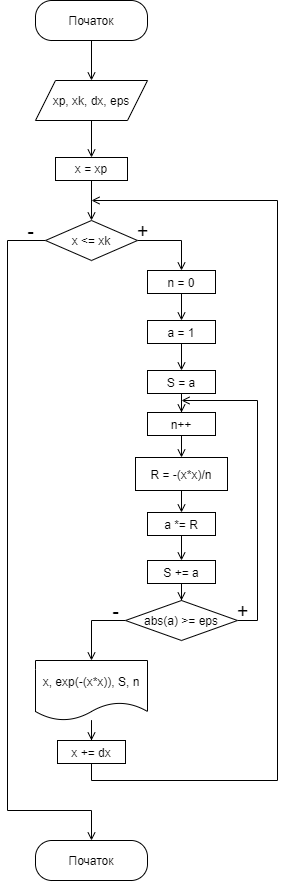
Above: diagram.png in fhctyw/Lab4.7 (draw.io), before the change. Source tidied: cells renumbered, new cells last; positions are measured from the earlier drawing's top-left corner, leaving out a move shared by most shapes.
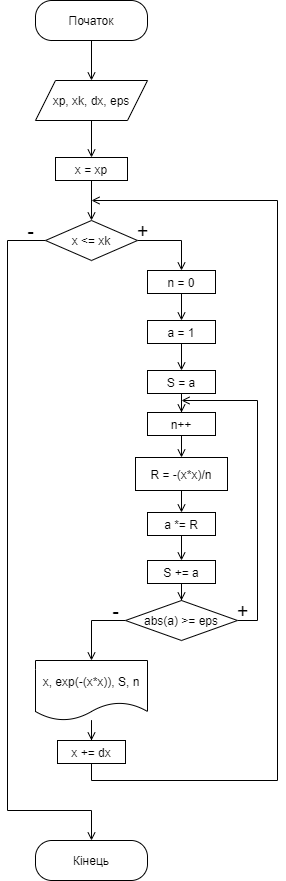
After the change.

Commit message:
and another another one

Diff of the diagram source:
```diff
@@ -35,7 +35,7 @@
     <mxCell id="10" value="x &amp;lt;= xk" style="rhombus;whiteSpace=wrap;html=1;" parent="1" vertex="1">
       <mxGeometry x="38" y="220" width="92" height="40" as="geometry" />
     </mxCell>
-    <mxCell id="11" value="Початок" style="rounded=1;whiteSpace=wrap;html=1;arcSize=41;" parent="1" vertex="1">
+    <mxCell id="11" value="Кінець" style="rounded=1;whiteSpace=wrap;html=1;arcSize=41;" parent="1" vertex="1">
       <mxGeometry x="28" y="840" width="112" height="40" as="geometry" />
     </mxCell>
     <mxCell id="12" style="edgeStyle=orthogonalEdgeStyle;rounded=0;jettySize=auto;html=1;entryX=0.5;entryY=0;entryDx=0;entryDy=0;endArrow=open;endFill=0;" parent="1" edge="1" source="13" target="15">
```
